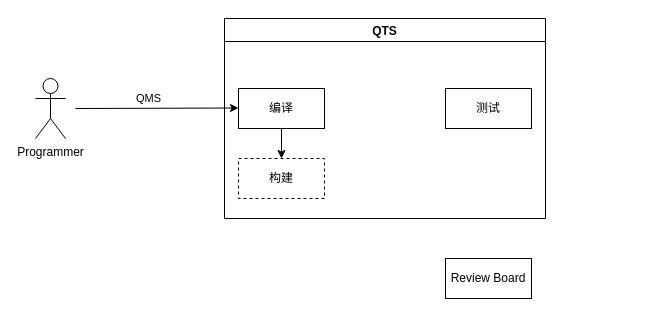
Above: Untitled Diagram.drawio in YingSi163/Effy (draw.io), before the change. Source tidied: cells renumbered, new cells numbered last; positions are measured from the earlier drawing's top-left corner, leaving out a move shared by most shapes. Both pictures are drawn from the tidied source at 100%, with x=0, y=0 at pixel (35, 18).
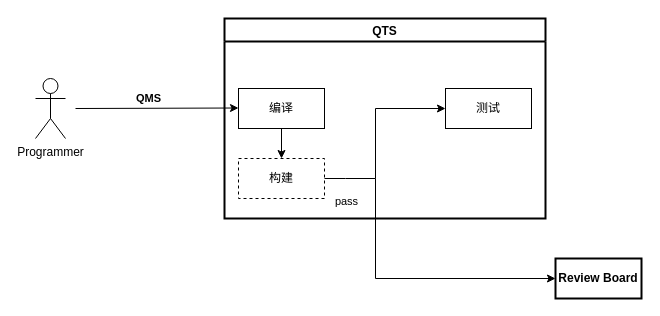
After the change.

Unchanged cells that the change refers to:
```xml
<mxCell id="7" value="构建" style="whiteSpace=wrap;html=1;dashed=1;" parent="3" vertex="1">
  <mxGeometry x="14" y="140" width="86" height="40" as="geometry" />
</mxCell>
<mxCell id="8" style="endArrow=classic;html=1;rounded=0;" parent="3" edge="1">
  <mxGeometry relative="1" as="geometry">
    <mxPoint x="-149" y="90" as="sourcePoint" />
    <mxPoint x="14" y="89.5" as="targetPoint" />
  </mxGeometry>
</mxCell>
```

Change to the diagram source:
```diff
@@
-    <mxCell id="3" value="QTS" style="swimlane;" parent="1" vertex="1">
+    <mxCell id="3" value="QTS" style="swimlane;strokeWidth=2;" parent="1" vertex="1">
       <mxGeometry x="189" width="321" height="200" as="geometry" />
     </mxCell>
@@
-    <mxCell id="9" value="QMS" style="edgeLabel;html=1;align=center;verticalAlign=middle;" parent="8" vertex="1">
+    <mxCell id="9" value="QMS" style="edgeLabel;html=1;align=center;verticalAlign=middle;fontStyle=1;" parent="8" vertex="1">
       <mxGeometry x="-0.24" y="2" relative="1" as="geometry">
         <mxPoint x="11" y="-8" as="offset" />
       </mxGeometry>
     </mxCell>
+    <mxCell id="11" style="endArrow=classic;html=1;rounded=0;" parent="3" edge="1">
+      <mxGeometry relative="1" as="geometry">
+        <mxPoint x="151" y="160" as="sourcePoint" />
+        <mxPoint x="221" y="90" as="targetPoint" />
+        <Array as="points">
+          <mxPoint x="151" y="90" />
+        </Array>
+      </mxGeometry>
+    </mxCell>
-    <mxCell id="10" value="Review Board" style="whiteSpace=wrap;html=1;" parent="1" vertex="1">
-      <mxGeometry x="410" y="240" width="86" height="40" as="geometry" />
+    <mxCell id="10" value="&lt;b&gt;Review Board&lt;/b&gt;" style="whiteSpace=wrap;html=1;strokeWidth=2;" parent="1" vertex="1">
+      <mxGeometry x="520" y="240" width="86" height="40" as="geometry" />
     </mxCell>
+    <mxCell id="12" style="endArrow=classic;html=1;rounded=0;entryX=0;entryY=0.5;entryDx=0;entryDy=0;entryPerimeter=0;" parent="1" edge="1" source="7" target="10">
+      <mxGeometry relative="1" as="geometry">
+        <Array as="points">
+          <mxPoint x="310" y="160" />
+          <mxPoint x="340" y="160" />
+          <mxPoint x="340" y="260" />
+        </Array>
+      </mxGeometry>
+    </mxCell>
+    <mxCell id="13" value="pass" style="edgeLabel;html=1;align=center;verticalAlign=middle;" parent="12" vertex="1">
+      <mxGeometry x="-0.42" y="-3" relative="1" as="geometry">
+        <mxPoint x="-27" y="-23" as="offset" />
+      </mxGeometry>
+    </mxCell>
```
